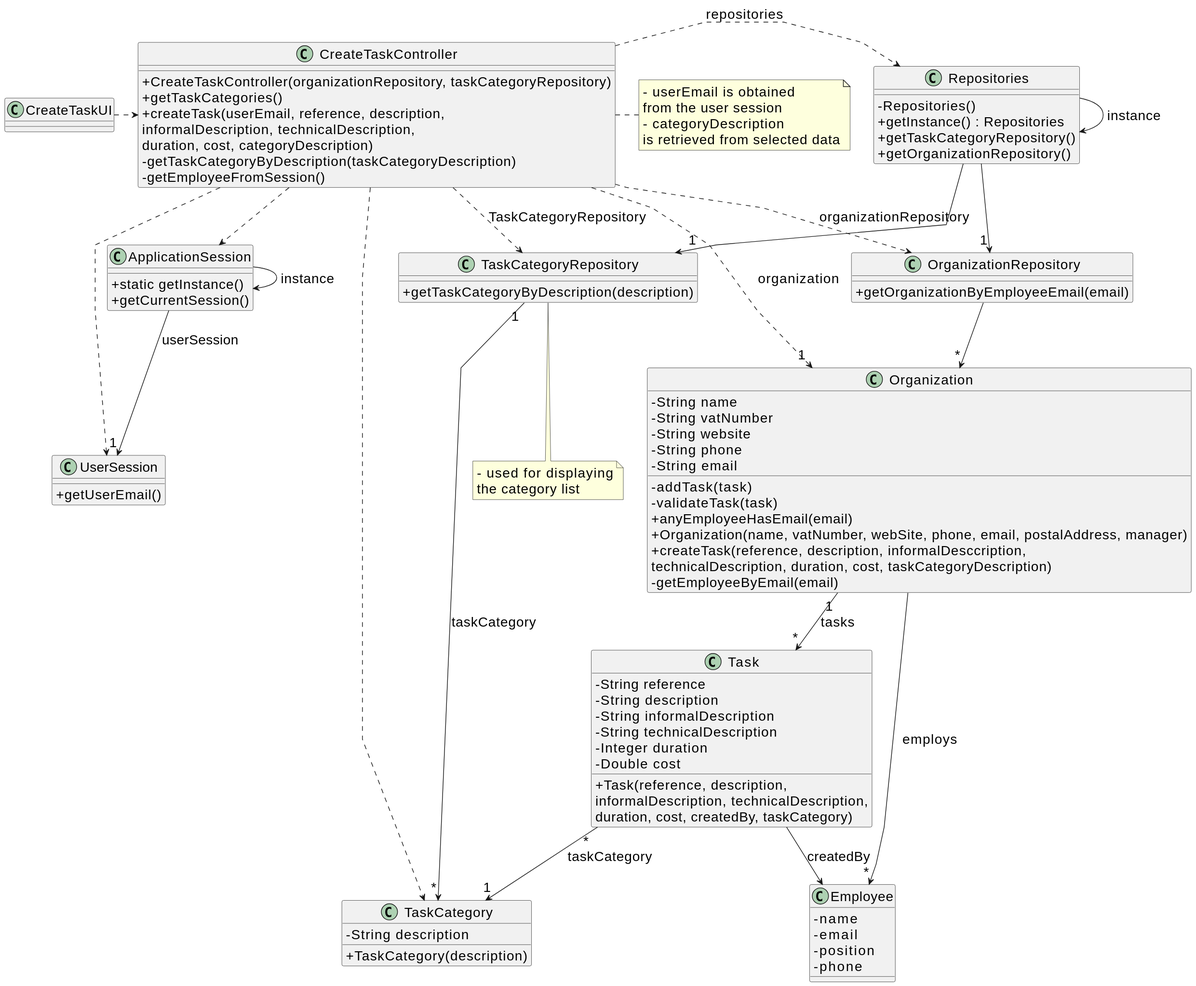
This is docs/sprintB/us006/03.design/svg/us006-class-diagram.svg from francisc-o-liveira/lei-24-s2-1dp-g163, a PlantUML export, as it was before one commit. The source it was exported from:
```plantuml
@startuml
skinparamlocked defaultFontSize 20
skinparam packageStyle rectangle
skinparam shadowing false
skinparam linetype polyline

skinparam classAttributeIconSize 0


class ApplicationSession
{
    + static getInstance()
    + getCurrentSession()
}

class UserSession
{
    + getUserEmail()
}

class Employee {
    - name
    - email
    - position
    - phone
}

class Task {
    - String reference
    - String description
    - String informalDescription
    - String technicalDescription
    - Integer duration
    - Double cost

    + Task(reference, description,\ninformalDescription, technicalDescription,\nduration, cost, createdBy, taskCategory)
}

class TaskCategory {
    - String description

    + TaskCategory(description)
}

class Organization {
    - String name
    - String vatNumber
    - String website
    - String phone
    - String email

    - addTask(task)
    - validateTask(task)
    + anyEmployeeHasEmail(email)
    + Organization(name, vatNumber, webSite, phone, email, postalAddress, manager)
    + createTask(reference, description, informalDesccription,\ntechnicalDescription, duration, cost, taskCategoryDescription)
    - getEmployeeByEmail(email)

}

class TaskCategoryRepository {
    + getTaskCategoryByDescription(description)
}

class OrganizationRepository {
    + getOrganizationByEmployeeEmail(email)
}

class Repositories {
    - Repositories()
    + getInstance() : Repositories
    + getTaskCategoryRepository()
    + getOrganizationRepository()
}

class CreateTaskController {
    + CreateTaskController(organizationRepository, taskCategoryRepository)
    + getTaskCategories()
    + createTask(userEmail, reference, description,\ninformalDescription, technicalDescription,\nduration, cost, categoryDescription)
    - getTaskCategoryByDescription(taskCategoryDescription)
    - getEmployeeFromSession()
}

note right of CreateTaskController
    - userEmail is obtained
    from the user session
    - categoryDescription
    is retrieved from selected data
end note

note bottom of TaskCategoryRepository
    - used for displaying
    the category list
end note

class CreateTaskUI {
}

Repositories -> Repositories : instance
ApplicationSession -> ApplicationSession : instance

CreateTaskUI .> CreateTaskController

CreateTaskController .> Repositories : repositories

Repositories -> "1" TaskCategoryRepository

CreateTaskController ..> TaskCategory
CreateTaskController ..> OrganizationRepository : organizationRepository
CreateTaskController ..> TaskCategoryRepository : TaskCategoryRepository

Repositories --> "1" OrganizationRepository

OrganizationRepository --> "*" Organization
ApplicationSession --> "1" UserSession : userSession

CreateTaskController ..> "1" Organization : organization
CreateTaskController ..> ApplicationSession
CreateTaskController ..> UserSession
Task "*" --> "1" TaskCategory : taskCategory
TaskCategoryRepository "1" --> "*" TaskCategory : taskCategory
Organization "1" --> "*" Task : tasks
Task --> Employee : createdBy

Organization --> "*" Employee : employs
@enduml
```
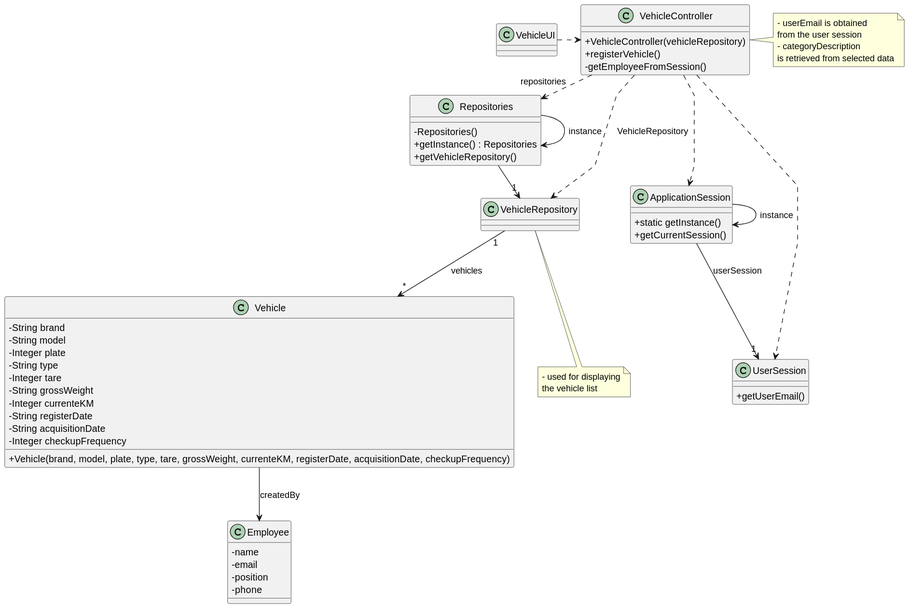
Above is the later version.

What changed in the source:
```diff
@@ -1,5 +1,4 @@
 @startuml
-skinparamlocked defaultFontSize 20
 skinparam packageStyle rectangle
 skinparam shadowing false
 skinparam linetype polyline
@@ -25,102 +24,65 @@
     - phone
 }
 
-class Task {
-    - String reference
-    - String description
-    - String informalDescription
-    - String technicalDescription
-    - Integer duration
-    - Double cost
+class Vehicle {
+    - String brand
+    - String model
+    - Integer plate
+    - String type
+    - Integer tare
+    - String grossWeight
+    - Integer currenteKM
+    - String registerDate
+    - String acquisitionDate
+    - Integer checkupFrequency
 
-    + Task(reference, description,\ninformalDescription, technicalDescription,\nduration, cost, createdBy, taskCategory)
+    + Vehicle(brand, model, plate, type, tare, grossWeight, currenteKM, registerDate, acquisitionDate, checkupFrequency)
 }
 
-class TaskCategory {
-    - String description
 
-    + TaskCategory(description)
+
+class VehicleRepository {
 }
 
-class Organization {
-    - String name
-    - String vatNumber
-    - String website
-    - String phone
-    - String email
-
-    - addTask(task)
-    - validateTask(task)
-    + anyEmployeeHasEmail(email)
-    + Organization(name, vatNumber, webSite, phone, email, postalAddress, manager)
-    + createTask(reference, description, informalDesccription,\ntechnicalDescription, duration, cost, taskCategoryDescription)
-    - getEmployeeByEmail(email)
-
-}
-
-class TaskCategoryRepository {
-    + getTaskCategoryByDescription(description)
-}
-
-class OrganizationRepository {
-    + getOrganizationByEmployeeEmail(email)
-}
 
 class Repositories {
     - Repositories()
     + getInstance() : Repositories
-    + getTaskCategoryRepository()
-    + getOrganizationRepository()
+    + getVehicleRepository()
 }
 
-class CreateTaskController {
-    + CreateTaskController(organizationRepository, taskCategoryRepository)
-    + getTaskCategories()
-    + createTask(userEmail, reference, description,\ninformalDescription, technicalDescription,\nduration, cost, categoryDescription)
-    - getTaskCategoryByDescription(taskCategoryDescription)
+class VehicleController {
+    + VehicleController(vehicleRepository)
+    + registerVehicle()
     - getEmployeeFromSession()
 }
 
-note right of CreateTaskController
+note right of VehicleController
     - userEmail is obtained
     from the user session
     - categoryDescription
     is retrieved from selected data
 end note
 
-note bottom of TaskCategoryRepository
+note bottom of VehicleRepository
     - used for displaying
-    the category list
+    the vehicle list
 end note
 
-class CreateTaskUI {
-}
+Repositories -> "1" VehicleRepository
+Repositories -> Repositories : instance
 
-Repositories -> Repositories : instance
 ApplicationSession -> ApplicationSession : instance
-
-CreateTaskUI .> CreateTaskController
-
-CreateTaskController .> Repositories : repositories
-
-Repositories -> "1" TaskCategoryRepository
-
-CreateTaskController ..> TaskCategory
-CreateTaskController ..> OrganizationRepository : organizationRepository
-CreateTaskController ..> TaskCategoryRepository : TaskCategoryRepository
-
-Repositories --> "1" OrganizationRepository
-
-OrganizationRepository --> "*" Organization
 ApplicationSession --> "1" UserSession : userSession
 
-CreateTaskController ..> "1" Organization : organization
-CreateTaskController ..> ApplicationSession
-CreateTaskController ..> UserSession
-Task "*" --> "1" TaskCategory : taskCategory
-TaskCategoryRepository "1" --> "*" TaskCategory : taskCategory
-Organization "1" --> "*" Task : tasks
-Task --> Employee : createdBy
+VehicleUI .> VehicleController
 
-Organization --> "*" Employee : employs
+VehicleController .> Repositories : repositories
+VehicleController ..> ApplicationSession
+VehicleController ..> UserSession
+VehicleController ..> VehicleRepository : VehicleRepository
+
+Vehicle --> Employee : createdBy
+
+VehicleRepository "1" --> "*" Vehicle : vehicles
 @enduml
```
